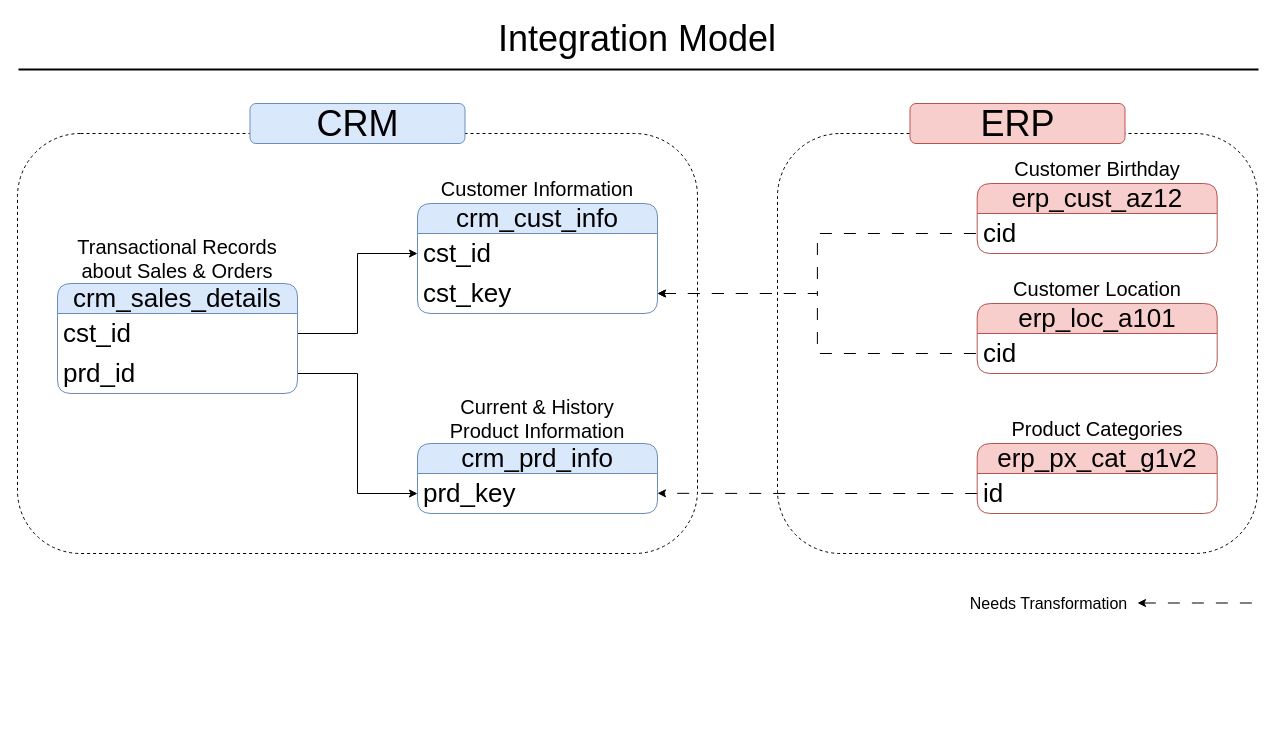
The draw.io diagram page "Data Integration" (3 of 4) of docs/Diagrams DataWareHouse.drawio in afparram/first-proyect-sql-data-warehouse, before the edit. Source tidied: cells renumbered, new cells numbered last; positions are measured from the earlier drawing's top-left corner, leaving out a move shared by most shapes. Both pictures are drawn from the tidied source at 100%, with x=0, y=0 at pixel (17, 23).
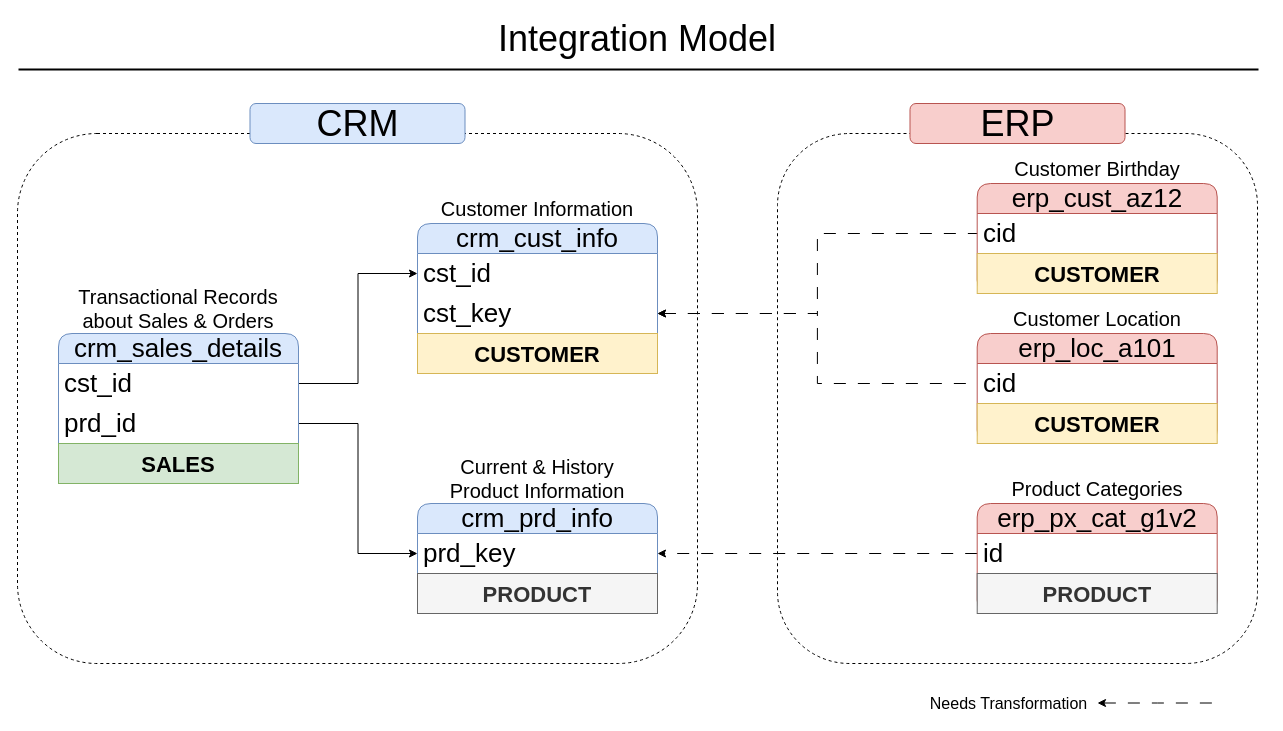
After the change.

The change refers to these unchanged cells:
```xml
<mxCell id="11" value="prd_key" style="text;strokeColor=none;fillColor=none;align=left;verticalAlign=middle;spacingLeft=4;spacingRight=4;overflow=hidden;points=[[0,0.5],[1,0.5]];portConstraint=eastwest;whiteSpace=wrap;html=1;fontSize=26;" parent="10" vertex="1">
  <mxGeometry y="30" width="240" height="40" as="geometry" />
</mxCell>
<mxCell id="23" style="group;" parent="1" vertex="1">
  <mxGeometry x="944.7" y="130" width="270" height="100" as="geometry" />
</mxCell>
<mxCell id="37" value="id" style="text;strokeColor=none;fillColor=none;align=left;verticalAlign=middle;spacingLeft=4;spacingRight=4;overflow=hidden;points=[[0,0.5],[1,0.5]];portConstraint=eastwest;whiteSpace=wrap;html=1;fontSize=26;" parent="36" vertex="1">
  <mxGeometry y="30" width="240" height="40" as="geometry" />
</mxCell>
```

Change to the diagram source:
```diff
@@
+    <mxCell id="3" style="rounded=1;whiteSpace=wrap;html=1;fillColor=none;dashed=1;" parent="1" vertex="1">
+      <mxGeometry y="110" width="680" height="530" as="geometry" />
+    </mxCell>
     <mxCell id="2" style="rounded=1;whiteSpace=wrap;html=1;fillColor=none;dashed=1;" parent="1" vertex="1">
-      <mxGeometry x="760" y="110" width="480" height="420" as="geometry" />
+      <mxGeometry x="760" y="110" width="480" height="530" as="geometry" />
     </mxCell>
-    <mxCell id="3" style="rounded=1;whiteSpace=wrap;html=1;fillColor=none;dashed=1;" parent="1" vertex="1">
-      <mxGeometry y="110" width="680" height="420" as="geometry" />
-    </mxCell>
@@
-    <mxCell id="8" style="edgeStyle=orthogonalEdgeStyle;rounded=0;jettySize=auto;html=1;exitX=0;exitY=0.5;exitDx=0;exitDy=0;entryX=1;entryY=0.5;entryDx=0;entryDy=0;dashed=1;dashPattern=12 12;" parent="1" edge="1" source="37">
-      <mxGeometry relative="1" as="geometry">
-        <mxPoint x="640" y="469.8" as="targetPoint" />
-      </mxGeometry>
+    <mxCell id="8" style="edgeStyle=orthogonalEdgeStyle;rounded=0;jettySize=auto;html=1;exitX=0;exitY=0.5;exitDx=0;exitDy=0;entryX=1;entryY=0.5;entryDx=0;entryDy=0;dashed=1;dashPattern=12 12;entryPerimeter=0;" parent="1" edge="1" source="37" target="11">
+      <mxGeometry relative="1" as="geometry" />
     </mxCell>
     <mxCell id="9" style="group;" parent="1" vertex="1">
-      <mxGeometry x="400" y="380" width="240" height="110" as="geometry" />
+      <mxGeometry x="400" y="440" width="240" height="110" as="geometry" />
     </mxCell>
     <mxCell id="10" value="crm_prd_info" style="swimlane;fontStyle=0;horizontal=1;startSize=30;whiteSpace=wrap;html=1;rounded=1;fillColor=#dae8fc;strokeColor=#6c8ebf;fontSize=26;" parent="9" vertex="1">
-      <mxGeometry y="40" width="240" height="70" as="geometry" />
+      <mxGeometry y="40" width="240" height="110" as="geometry" />
     </mxCell>
@@
+    <mxCell id="41" value="&lt;b&gt;&lt;font style=&quot;font-size: 22px;&quot;&gt;PRODUCT&lt;/font&gt;&lt;/b&gt;" style="text;strokeColor=#666666;fillColor=#f5f5f5;align=center;verticalAlign=middle;spacingLeft=4;spacingRight=4;overflow=hidden;whiteSpace=wrap;html=1;fontSize=26;fontColor=#333333;" parent="10" vertex="1">
+      <mxGeometry y="70" width="240" height="40" as="geometry" />
+    </mxCell>
@@
     <mxCell id="13" style="group;" parent="1" vertex="1">
-      <mxGeometry x="40" y="220" width="240" height="150" as="geometry" />
+      <mxGeometry x="41" y="270" width="240" height="150" as="geometry" />
     </mxCell>
     <mxCell id="14" value="crm_sales_details" style="swimlane;fontStyle=0;horizontal=1;startSize=30;whiteSpace=wrap;html=1;rounded=1;fillColor=#dae8fc;strokeColor=#6c8ebf;fontSize=26;" parent="13" vertex="1">
-      <mxGeometry y="40" width="240" height="110" as="geometry" />
+      <mxGeometry y="40" width="240" height="150" as="geometry" />
     </mxCell>
@@
+    <mxCell id="42" value="&lt;b&gt;&lt;font style=&quot;font-size: 22px;&quot;&gt;SALES&lt;/font&gt;&lt;/b&gt;" style="text;strokeColor=#82b366;fillColor=#d5e8d4;align=center;verticalAlign=middle;spacingLeft=4;spacingRight=4;overflow=hidden;whiteSpace=wrap;html=1;fontSize=26;" parent="14" vertex="1">
+      <mxGeometry y="110" width="240" height="40" as="geometry" />
+    </mxCell>
@@
     <mxCell id="18" style="group;" parent="1" vertex="1">
-      <mxGeometry x="400" y="150" width="240" height="140" as="geometry" />
+      <mxGeometry x="400" y="170" width="240" height="140" as="geometry" />
     </mxCell>
     <mxCell id="19" value="crm_cust_info" style="swimlane;fontStyle=0;horizontal=1;startSize=30;whiteSpace=wrap;html=1;rounded=1;fillColor=#dae8fc;strokeColor=#6c8ebf;fontSize=26;" parent="18" vertex="1">
-      <mxGeometry y="30" width="240" height="110" as="geometry" />
+      <mxGeometry y="30" width="240" height="150" as="geometry" />
     </mxCell>
@@
+    <mxCell id="43" value="&lt;b&gt;&lt;font style=&quot;font-size: 22px;&quot;&gt;CUSTOMER&lt;/font&gt;&lt;/b&gt;" style="text;align=center;verticalAlign=middle;spacingLeft=4;spacingRight=4;overflow=hidden;whiteSpace=wrap;html=1;fontSize=26;fillColor=#fff2cc;strokeColor=#d6b656;" parent="19" vertex="1">
+      <mxGeometry y="110" width="240" height="40" as="geometry" />
+    </mxCell>
@@
     <mxCell id="24" value="erp_cust_az12" style="swimlane;fontStyle=0;horizontal=1;startSize=30;whiteSpace=wrap;html=1;rounded=1;fillColor=#f8cecc;strokeColor=#b85450;fontSize=26;" parent="23" vertex="1">
-      <mxGeometry x="15" y="30" width="240" height="70" as="geometry" />
+      <mxGeometry x="15" y="30" width="240" height="110" as="geometry" />
     </mxCell>
@@
+    <mxCell id="44" value="&lt;b&gt;&lt;font style=&quot;font-size: 22px;&quot;&gt;CUSTOMER&lt;/font&gt;&lt;/b&gt;" style="text;strokeColor=#d6b656;fillColor=#fff2cc;align=center;verticalAlign=middle;spacingLeft=4;spacingRight=4;overflow=hidden;whiteSpace=wrap;html=1;fontSize=26;" parent="24" vertex="1">
+      <mxGeometry y="70" width="240" height="40" as="geometry" />
+    </mxCell>
@@
     <mxCell id="27" style="group;" parent="1" vertex="1">
-      <mxGeometry x="944.7" y="250" width="270" height="100" as="geometry" />
+      <mxGeometry x="944.7" y="280" width="270" height="100" as="geometry" />
     </mxCell>
     <mxCell id="28" value="erp_loc_a101" style="swimlane;fontStyle=0;horizontal=1;startSize=30;whiteSpace=wrap;html=1;rounded=1;fillColor=#f8cecc;strokeColor=#b85450;fontSize=26;" parent="27" vertex="1">
-      <mxGeometry x="15" y="30" width="240" height="70" as="geometry" />
+      <mxGeometry x="15" y="30" width="240" height="110" as="geometry" />
     </mxCell>
@@
+    <mxCell id="45" value="&lt;b&gt;&lt;font style=&quot;font-size: 22px;&quot;&gt;CUSTOMER&lt;/font&gt;&lt;/b&gt;" style="text;strokeColor=#d6b656;fillColor=#fff2cc;align=center;verticalAlign=middle;spacingLeft=4;spacingRight=4;overflow=hidden;whiteSpace=wrap;html=1;fontSize=26;" parent="28" vertex="1">
+      <mxGeometry y="70" width="240" height="40" as="geometry" />
+    </mxCell>
@@
     <mxCell id="35" style="group;" parent="1" vertex="1">
-      <mxGeometry x="944.7" y="390" width="270" height="100" as="geometry" />
+      <mxGeometry x="944.7" y="450" width="270" height="100" as="geometry" />
     </mxCell>
     <mxCell id="36" value="erp_px_cat_g1v2" style="swimlane;fontStyle=0;horizontal=1;startSize=30;whiteSpace=wrap;html=1;rounded=1;fillColor=#f8cecc;strokeColor=#b85450;fontSize=26;" parent="35" vertex="1">
-      <mxGeometry x="15" y="30" width="240" height="70" as="geometry" />
+      <mxGeometry x="15" y="30" width="240" height="110" as="geometry" />
     </mxCell>
@@
+    <mxCell id="46" value="&lt;b&gt;&lt;font style=&quot;font-size: 22px;&quot;&gt;PRODUCT&lt;/font&gt;&lt;/b&gt;" style="text;strokeColor=#666666;fillColor=#f5f5f5;align=center;verticalAlign=middle;spacingLeft=4;spacingRight=4;overflow=hidden;whiteSpace=wrap;html=1;fontSize=26;fontColor=#333333;" parent="36" vertex="1">
+      <mxGeometry y="70" width="240" height="40" as="geometry" />
+    </mxCell>
@@
     <mxCell id="39" style="endArrow=none;dashed=1;html=1;dashPattern=12 12;strokeWidth=1;rounded=0;endFill=0;startArrow=classic;startFill=1;" parent="1" edge="1">
       <mxGeometry relative="1" as="geometry">
-        <mxPoint x="1120" y="579.5" as="sourcePoint" />
-        <mxPoint x="1240" y="579.5" as="targetPoint" />
+        <mxPoint x="1080" y="679.5" as="sourcePoint" />
+        <mxPoint x="1200" y="679.5" as="targetPoint" />
         <Array as="points">
-          <mxPoint x="1180" y="579.5" />
+          <mxPoint x="1140" y="679.5" />
         </Array>
       </mxGeometry>
     </mxCell>
     <mxCell id="40" value="Needs Transformation" style="text;html=1;whiteSpace=wrap;strokeColor=none;fillColor=none;align=center;verticalAlign=middle;rounded=0;fontSize=16;" parent="1" vertex="1">
-      <mxGeometry x="941" y="570" width="181" height="20" as="geometry" />
+      <mxGeometry x="901" y="670" width="181" height="20" as="geometry" />
     </mxCell>
```
